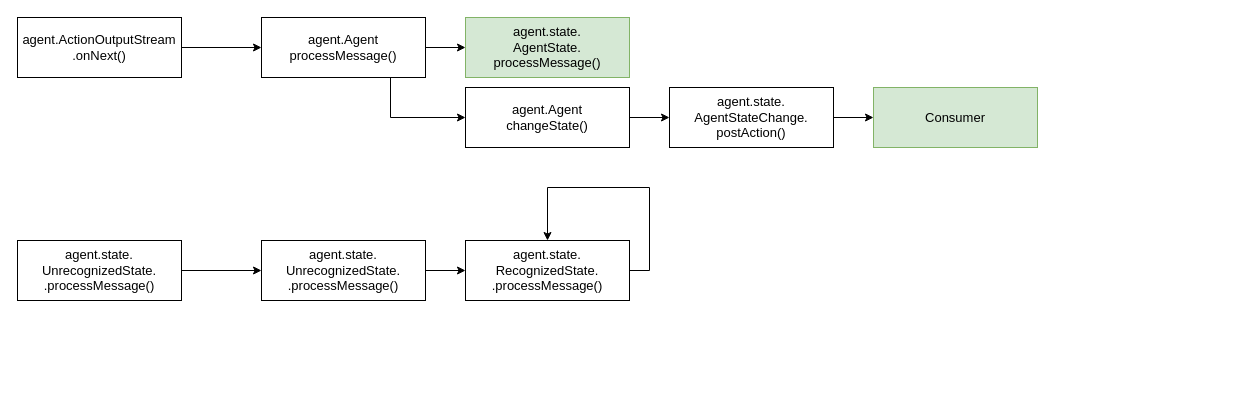
Earlier version of the draw.io diagram AgentControl.drawio (Albert-W/Draw_io). Source tidied: cells renumbered, new cells numbered last; positions are measured from the earlier drawing's top-left corner, leaving out a move shared by most shapes. Both pictures are drawn from the tidied source at 100%, with x=0, y=0 at pixel (17, 17).
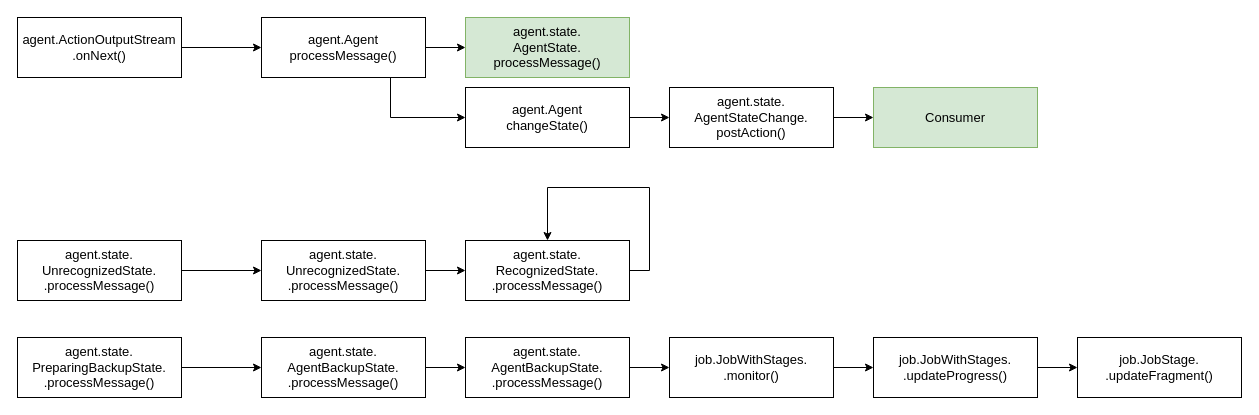
The same diagram, later.

Change to the diagram source:
```diff
@@
+    <mxCell id="19" style="edgeStyle=orthogonalEdgeStyle;rounded=0;jettySize=auto;html=1;" parent="1" edge="1" source="20" target="21">
+      <mxGeometry relative="1" as="geometry" />
+    </mxCell>
+    <mxCell id="20" value="&lt;div style=&quot;color: rgb(0 , 0 , 0) ; font-family: &amp;#34;helvetica&amp;#34; ; font-size: 13px ; font-style: normal ; font-weight: 400 ; letter-spacing: normal ; text-align: center ; text-indent: 0px ; text-transform: none ; word-spacing: 0px ; background-color: rgb(255 , 255 , 255)&quot;&gt;agent.state.&lt;/div&gt;&lt;div style=&quot;color: rgb(0 , 0 , 0) ; font-family: &amp;#34;helvetica&amp;#34; ; font-size: 13px ; font-style: normal ; font-weight: 400 ; letter-spacing: normal ; text-align: center ; text-indent: 0px ; text-transform: none ; word-spacing: 0px ; background-color: rgb(255 , 255 , 255)&quot;&gt;PreparingBackupState.&lt;br&gt;&lt;/div&gt;&lt;div style=&quot;color: rgb(0 , 0 , 0) ; font-family: &amp;#34;helvetica&amp;#34; ; font-size: 13px ; font-style: normal ; font-weight: 400 ; letter-spacing: normal ; text-align: center ; text-indent: 0px ; text-transform: none ; word-spacing: 0px ; background-color: rgb(255 , 255 , 255)&quot;&gt;.processMessage()&lt;/div&gt;" style="whiteSpace=wrap;html=1;align=center;newEdgeStyle={&quot;edgeStyle&quot;:&quot;elbowEdgeStyle&quot;,&quot;startArrow&quot;:&quot;none&quot;,&quot;endArrow&quot;:&quot;none&quot;};fontSize=13;" parent="1" vertex="1">
+      <mxGeometry y="320" width="164" height="60" as="geometry" />
+    </mxCell>
+    <mxCell id="21" value="&lt;div style=&quot;color: rgb(0 , 0 , 0) ; font-family: &amp;#34;helvetica&amp;#34; ; font-size: 13px ; font-style: normal ; font-weight: 400 ; letter-spacing: normal ; text-align: center ; text-indent: 0px ; text-transform: none ; word-spacing: 0px ; background-color: rgb(255 , 255 , 255)&quot;&gt;agent.state.&lt;/div&gt;&lt;div style=&quot;color: rgb(0 , 0 , 0) ; font-family: &amp;#34;helvetica&amp;#34; ; font-size: 13px ; font-style: normal ; font-weight: 400 ; letter-spacing: normal ; text-align: center ; text-indent: 0px ; text-transform: none ; word-spacing: 0px ; background-color: rgb(255 , 255 , 255)&quot;&gt;AgentBackupState.&lt;br&gt;&lt;/div&gt;&lt;div style=&quot;color: rgb(0 , 0 , 0) ; font-family: &amp;#34;helvetica&amp;#34; ; font-size: 13px ; font-style: normal ; font-weight: 400 ; letter-spacing: normal ; text-align: center ; text-indent: 0px ; text-transform: none ; word-spacing: 0px ; background-color: rgb(255 , 255 , 255)&quot;&gt;.processMessage()&lt;/div&gt;" style="whiteSpace=wrap;html=1;align=center;newEdgeStyle={&quot;edgeStyle&quot;:&quot;elbowEdgeStyle&quot;,&quot;startArrow&quot;:&quot;none&quot;,&quot;endArrow&quot;:&quot;none&quot;};fontSize=13;" parent="1" vertex="1">
+      <mxGeometry x="244" y="320" width="164" height="60" as="geometry" />
+    </mxCell>
+    <mxCell id="22" style="edgeStyle=orthogonalEdgeStyle;rounded=0;jettySize=auto;html=1;" parent="1" edge="1" source="21" target="23">
+      <mxGeometry relative="1" as="geometry" />
+    </mxCell>
+    <mxCell id="23" value="&lt;div style=&quot;color: rgb(0 , 0 , 0) ; font-family: &amp;#34;helvetica&amp;#34; ; font-size: 13px ; font-style: normal ; font-weight: 400 ; letter-spacing: normal ; text-align: center ; text-indent: 0px ; text-transform: none ; word-spacing: 0px ; background-color: rgb(255 , 255 , 255)&quot;&gt;agent.state.&lt;/div&gt;&lt;div style=&quot;color: rgb(0 , 0 , 0) ; font-family: &amp;#34;helvetica&amp;#34; ; font-size: 13px ; font-style: normal ; font-weight: 400 ; letter-spacing: normal ; text-align: center ; text-indent: 0px ; text-transform: none ; word-spacing: 0px ; background-color: rgb(255 , 255 , 255)&quot;&gt;AgentBackupState.&lt;br&gt;&lt;/div&gt;&lt;div style=&quot;color: rgb(0 , 0 , 0) ; font-family: &amp;#34;helvetica&amp;#34; ; font-size: 13px ; font-style: normal ; font-weight: 400 ; letter-spacing: normal ; text-align: center ; text-indent: 0px ; text-transform: none ; word-spacing: 0px ; background-color: rgb(255 , 255 , 255)&quot;&gt;.processMessage()&lt;/div&gt;" style="whiteSpace=wrap;html=1;align=center;newEdgeStyle={&quot;edgeStyle&quot;:&quot;elbowEdgeStyle&quot;,&quot;startArrow&quot;:&quot;none&quot;,&quot;endArrow&quot;:&quot;none&quot;};fontSize=13;" parent="1" vertex="1">
+      <mxGeometry x="448" y="320" width="164" height="60" as="geometry" />
+    </mxCell>
+    <mxCell id="24" style="edgeStyle=orthogonalEdgeStyle;rounded=0;jettySize=auto;html=1;" parent="1" edge="1" source="23" target="25">
+      <mxGeometry relative="1" as="geometry" />
+    </mxCell>
+    <mxCell id="25" value="job.JobWithStages.&lt;br&gt;&lt;div style=&quot;color: rgb(0 , 0 , 0) ; font-family: &amp;#34;helvetica&amp;#34; ; font-size: 13px ; font-style: normal ; font-weight: 400 ; letter-spacing: normal ; text-align: center ; text-indent: 0px ; text-transform: none ; word-spacing: 0px ; background-color: rgb(255 , 255 , 255)&quot;&gt;.monitor()&lt;/div&gt;" style="whiteSpace=wrap;html=1;align=center;newEdgeStyle={&quot;edgeStyle&quot;:&quot;elbowEdgeStyle&quot;,&quot;startArrow&quot;:&quot;none&quot;,&quot;endArrow&quot;:&quot;none&quot;};fontSize=13;" parent="1" vertex="1">
+      <mxGeometry x="652" y="320" width="164" height="60" as="geometry" />
+    </mxCell>
+    <mxCell id="26" style="edgeStyle=orthogonalEdgeStyle;rounded=0;jettySize=auto;html=1;" parent="1" edge="1" source="25" target="27">
+      <mxGeometry relative="1" as="geometry" />
+    </mxCell>
+    <mxCell id="27" value="job.JobWithStages.&lt;br&gt;&lt;div style=&quot;color: rgb(0 , 0 , 0) ; font-family: &amp;#34;helvetica&amp;#34; ; font-size: 13px ; font-style: normal ; font-weight: 400 ; letter-spacing: normal ; text-align: center ; text-indent: 0px ; text-transform: none ; word-spacing: 0px ; background-color: rgb(255 , 255 , 255)&quot;&gt;.updateProgress()&lt;/div&gt;" style="whiteSpace=wrap;html=1;align=center;newEdgeStyle={&quot;edgeStyle&quot;:&quot;elbowEdgeStyle&quot;,&quot;startArrow&quot;:&quot;none&quot;,&quot;endArrow&quot;:&quot;none&quot;};fontSize=13;" parent="1" vertex="1">
+      <mxGeometry x="856" y="320" width="164" height="60" as="geometry" />
+    </mxCell>
+    <mxCell id="28" style="edgeStyle=orthogonalEdgeStyle;rounded=0;jettySize=auto;html=1;" parent="1" edge="1" source="27" target="29">
+      <mxGeometry relative="1" as="geometry" />
+    </mxCell>
+    <mxCell id="29" value="job.JobStage.&lt;br&gt;&lt;div style=&quot;color: rgb(0 , 0 , 0) ; font-family: &amp;#34;helvetica&amp;#34; ; font-size: 13px ; font-style: normal ; font-weight: 400 ; letter-spacing: normal ; text-align: center ; text-indent: 0px ; text-transform: none ; word-spacing: 0px ; background-color: rgb(255 , 255 , 255)&quot;&gt;.updateFragment()&lt;/div&gt;" style="whiteSpace=wrap;html=1;align=center;newEdgeStyle={&quot;edgeStyle&quot;:&quot;elbowEdgeStyle&quot;,&quot;startArrow&quot;:&quot;none&quot;,&quot;endArrow&quot;:&quot;none&quot;};fontSize=13;" parent="1" vertex="1">
+      <mxGeometry x="1060" y="320" width="164" height="60" as="geometry" />
+    </mxCell>
```
